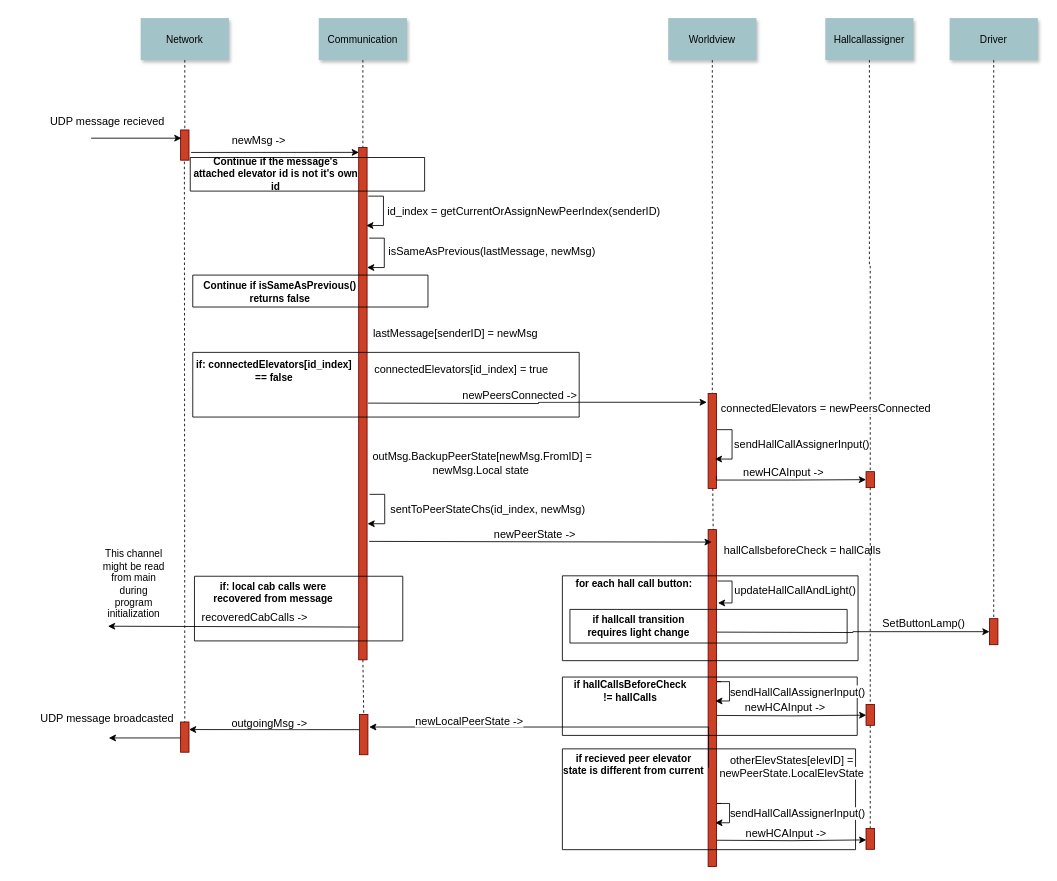
This is Diagrammer/messageRecievedSequence.drawio from MathiasSagerup/Sanntid, a draw.io file, before an edit. Source tidied: cells renumbered, new cells numbered last; positions are measured from the earlier drawing's top-left corner, leaving out a move shared by most shapes. Both pictures are drawn from the tidied source at 84%, with x=0, y=0 at pixel (91, 18).
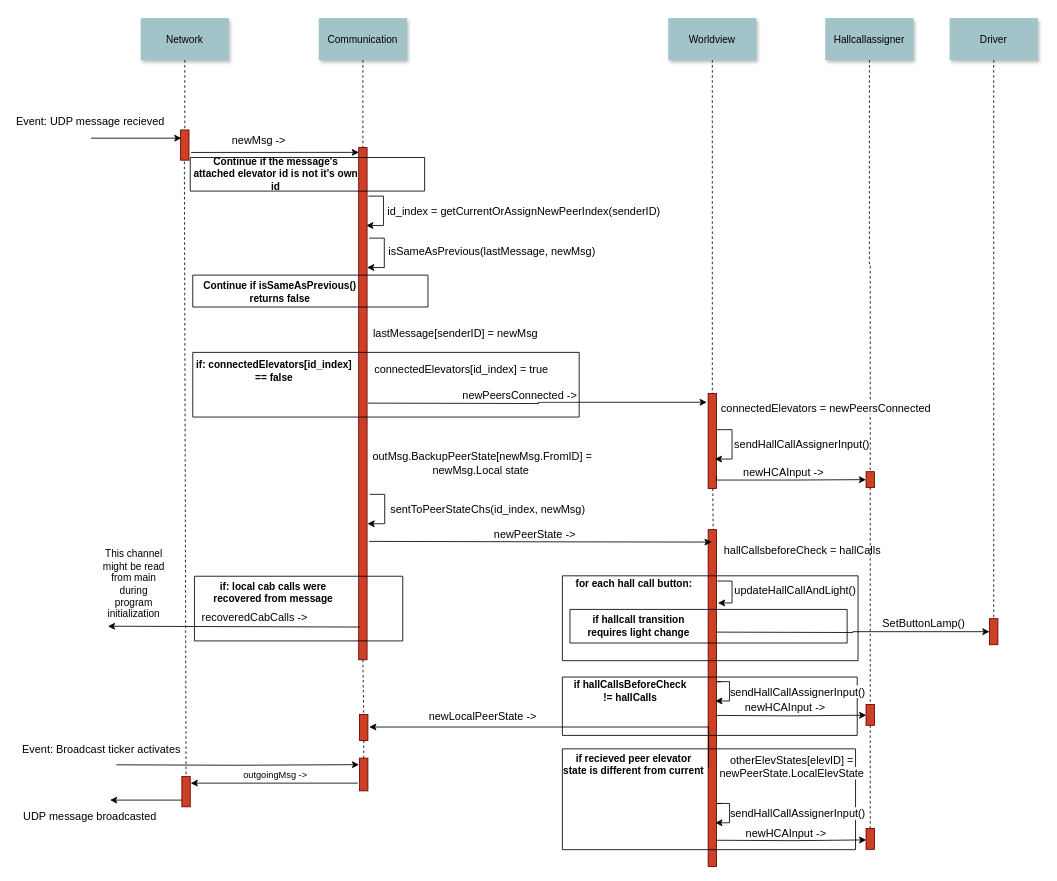
After the change.

The change refers to these unchanged cells:
```xml
<mxCell id="67" style="edgeStyle=orthogonalEdgeStyle;rounded=0;jettySize=auto;html=1;exitX=0.05;exitY=0.707;exitDx=0;exitDy=0;exitPerimeter=0;" parent="1" edge="1" source="36">
  <mxGeometry relative="1" as="geometry">
    <mxPoint x="331" y="844" as="targetPoint" />
    <Array as="points">
      <mxPoint x="735" y="844" />
    </Array>
  </mxGeometry>
</mxCell>
```

What changed in the source:
```diff
@@
-    <mxCell id="7" value="UDP message recieved" style="edgeStyle=none;verticalLabelPosition=top;verticalAlign=bottom;labelPosition=left;align=right;fontSize=13;" parent="1" edge="1">
+    <mxCell id="7" value="Event: UDP message recieved" style="edgeStyle=none;verticalLabelPosition=top;verticalAlign=bottom;labelPosition=left;align=right;fontSize=13;" parent="1" edge="1">
       <mxGeometry as="geometry">
         <mxPoint y="143" as="sourcePoint" />
         <mxPoint x="107.5" y="143" as="targetPoint" />
         <mxPoint x="36" y="-10" as="offset" />
       </mxGeometry>
     </mxCell>
@@
-    <mxCell id="64" style="edgeStyle=orthogonalEdgeStyle;rounded=0;jettySize=auto;html=1;entryX=1;entryY=0.25;entryDx=0;entryDy=0;exitX=0.036;exitY=0.378;exitDx=0;exitDy=0;exitPerimeter=0;" parent="1" edge="1" source="66" target="70">
-      <mxGeometry relative="1" as="geometry" />
-    </mxCell>
-    <mxCell id="65" value="outgoingMsg -&amp;gt;" style="edgeLabel;html=1;align=center;verticalAlign=middle;fontSize=13;" parent="64" vertex="1">
-      <mxGeometry x="0.06" y="-2" relative="1" as="geometry">
-        <mxPoint y="-7" as="offset" />
-      </mxGeometry>
-    </mxCell>
     <mxCell id="66" style="fillColor=#CC4125;strokeColor=#660000;" parent="1" vertex="1">
-      <mxGeometry x="319.5" y="829" width="10" height="48" as="geometry" />
+      <mxGeometry x="319.5" y="829" width="10" height="31" as="geometry" />
     </mxCell>
@@
     <mxCell id="68" value="newLocalPeerState -&amp;gt;" style="edgeLabel;html=1;align=center;verticalAlign=middle;fontSize=13;" parent="67" vertex="1">
       <mxGeometry x="0.18" y="-2" relative="1" as="geometry">
-        <mxPoint x="-67" y="-6" as="offset" />
+        <mxPoint x="-51" y="-12" as="offset" />
       </mxGeometry>
     </mxCell>
@@
     <mxCell id="70" style="fillColor=#CC4125;strokeColor=#660000;" parent="1" vertex="1">
-      <mxGeometry x="106.5" y="838" width="10" height="36" as="geometry" />
+      <mxGeometry x="108" y="903" width="10" height="36" as="geometry" />
     </mxCell>
     <mxCell id="71" value="UDP message broadcasted" style="edgeStyle=none;verticalLabelPosition=top;verticalAlign=bottom;labelPosition=left;align=right;fontSize=13;" parent="1" edge="1">
       <mxGeometry as="geometry">
-        <mxPoint x="106.5" y="857" as="sourcePoint" />
-        <mxPoint x="21" y="857" as="targetPoint" />
-        <mxPoint x="37" y="-13" as="offset" />
+        <mxPoint x="108" y="931" as="sourcePoint" />
+        <mxPoint x="22.5" y="931" as="targetPoint" />
+        <mxPoint x="15" y="29" as="offset" />
       </mxGeometry>
     </mxCell>
@@
+    <mxCell id="84" style="fillColor=#CC4125;strokeColor=#660000;" parent="1" vertex="1">
+      <mxGeometry x="319.5" y="881" width="10" height="39" as="geometry" />
+    </mxCell>
+    <mxCell id="85" style="edgeStyle=orthogonalEdgeStyle;rounded=0;orthogonalLoop=1;jettySize=auto;html=1;entryX=0;entryY=0.5;entryDx=0;entryDy=0;" parent="1" edge="1">
+      <mxGeometry relative="1" as="geometry">
+        <mxPoint x="30" y="889" as="sourcePoint" />
+        <mxPoint x="319" y="888.8" as="targetPoint" />
+      </mxGeometry>
+    </mxCell>
+    <mxCell id="86" value="Event: Broadcast ticker activates" style="edgeLabel;html=1;align=center;verticalAlign=middle;fontSize=13;" parent="85" vertex="1">
+      <mxGeometry x="-0.86" y="5" relative="1" as="geometry">
+        <mxPoint x="-39" y="-14" as="offset" />
+      </mxGeometry>
+    </mxCell>
+    <mxCell id="87" style="edgeStyle=orthogonalEdgeStyle;rounded=0;orthogonalLoop=1;jettySize=auto;html=1;" parent="1" edge="1">
+      <mxGeometry relative="1" as="geometry">
+        <mxPoint x="317.5" y="910.8" as="sourcePoint" />
+        <mxPoint x="118.5" y="910.8" as="targetPoint" />
+        <Array as="points">
+          <mxPoint x="268.5" y="910.8" />
+          <mxPoint x="268.5" y="910.8" />
+        </Array>
+      </mxGeometry>
+    </mxCell>
+    <mxCell id="65" value="outgoingMsg -&amp;gt;" style="edgeLabel;html=1;align=center;verticalAlign=middle;" parent="87" vertex="1">
+      <mxGeometry x="0.15" relative="1" as="geometry">
+        <mxPoint x="15" y="-10" as="offset" />
+      </mxGeometry>
+    </mxCell>
+    <mxCell id="88" style="edgeStyle=none;endArrow=none;dashed=1;entryX=0.5;entryY=0;entryDx=0;entryDy=0;exitX=0.5;exitY=1;exitDx=0;exitDy=0;" parent="1" edge="1" source="66" target="84">
+      <mxGeometry x="272.3" y="165" as="geometry" />
+    </mxCell>
```
